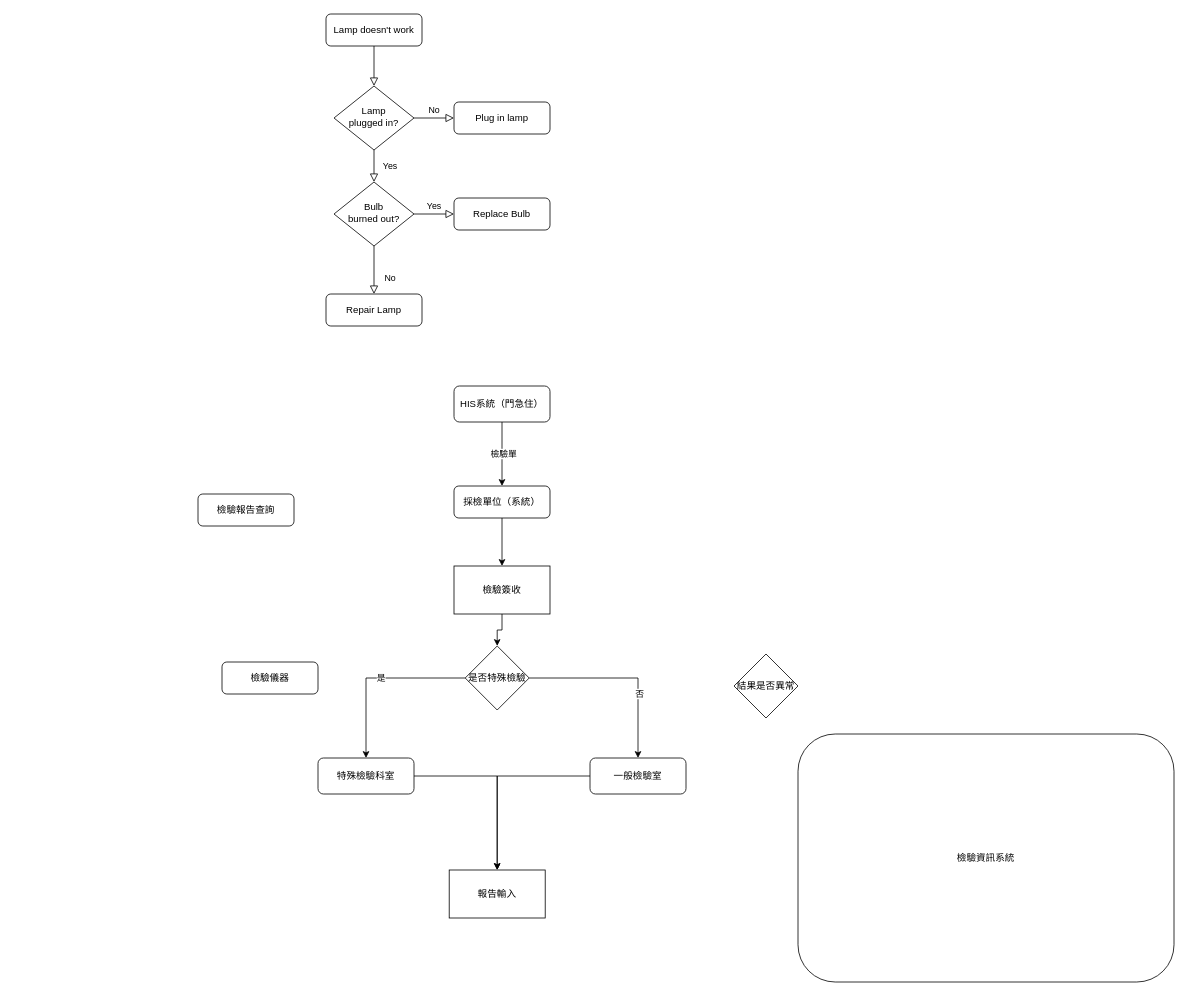
Before: 未命名绘图.drawio in axl66696/examine-system-workflow, a draw.io diagram. Source tidied: cells renumbered, new cells numbered last; positions are measured from the earlier drawing's top-left corner, leaving out a move shared by most shapes. Both pictures are drawn from the tidied source at 80%, with x=0, y=0 at pixel (198, 14).
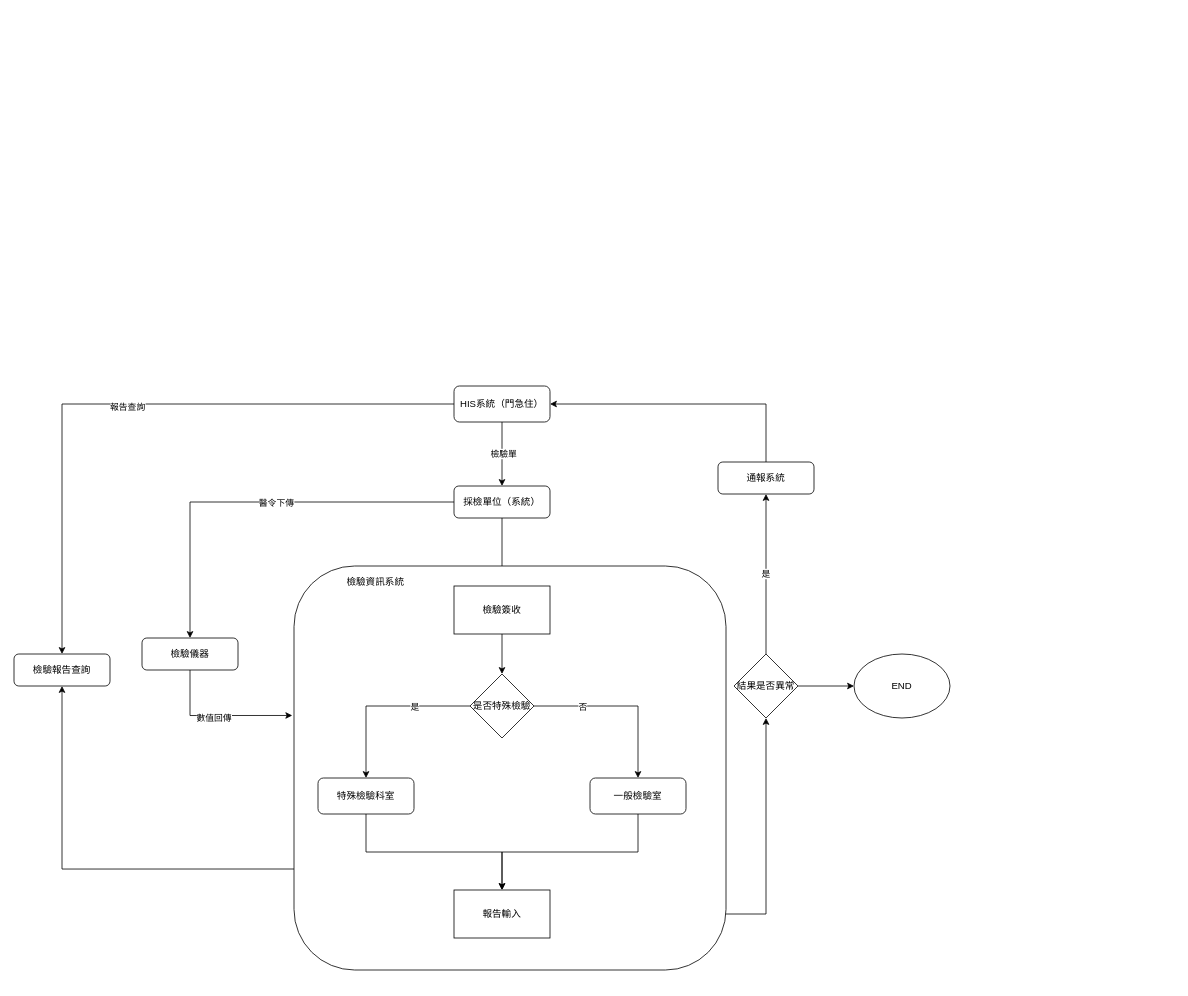
The same page after the edit.

Commit message:
更新未命名绘图.drawio

The change refers to these unchanged cells:
```xml
<mxCell id="15" value="HIS系統（門急住）" style="rounded=1;whiteSpace=wrap;html=1;fontSize=12;glass=0;strokeWidth=1;shadow=0;" parent="1" vertex="1">
  <mxGeometry x="320" y="465" width="120" height="45" as="geometry" />
</mxCell>
<mxCell id="17" value="採檢單位（系統）" style="rounded=1;whiteSpace=wrap;html=1;fontSize=12;glass=0;strokeWidth=1;shadow=0;" parent="1" vertex="1">
  <mxGeometry x="320" y="590" width="120" height="40" as="geometry" />
</mxCell>
```

Change to the diagram source:
```diff
@@
-    <mxCell id="2" style="rounded=0;html=1;jettySize=auto;fontSize=11;endArrow=block;endFill=0;endSize=8;strokeWidth=1;shadow=0;labelBackgroundColor=none;edgeStyle=orthogonalEdgeStyle;" parent="1" edge="1" source="3" target="6">
-      <mxGeometry relative="1" as="geometry" />
-    </mxCell>
-    <mxCell id="3" value="Lamp doesn't work" style="rounded=1;whiteSpace=wrap;html=1;fontSize=12;glass=0;strokeWidth=1;shadow=0;" parent="1" vertex="1">
-      <mxGeometry x="160" width="120" height="40" as="geometry" />
-    </mxCell>
-    <mxCell id="4" value="Yes" style="rounded=0;html=1;jettySize=auto;fontSize=11;endArrow=block;endFill=0;endSize=8;strokeWidth=1;shadow=0;labelBackgroundColor=none;edgeStyle=orthogonalEdgeStyle;" parent="1" edge="1" source="6" target="10">
-      <mxGeometry y="20" relative="1" as="geometry" />
-    </mxCell>
-    <mxCell id="5" value="No" style="edgeStyle=orthogonalEdgeStyle;rounded=0;html=1;jettySize=auto;fontSize=11;endArrow=block;endFill=0;endSize=8;strokeWidth=1;shadow=0;labelBackgroundColor=none;" parent="1" edge="1" source="6" target="7">
-      <mxGeometry y="10" relative="1" as="geometry" />
-    </mxCell>
-    <mxCell id="6" value="Lamp&lt;br&gt;plugged in?" style="rhombus;whiteSpace=wrap;html=1;shadow=0;fontFamily=Helvetica;fontSize=12;align=center;strokeWidth=1;spacing=6;spacingTop=-4;" parent="1" vertex="1">
-      <mxGeometry x="170" y="90" width="100" height="80" as="geometry" />
-    </mxCell>
-    <mxCell id="7" value="Plug in lamp" style="rounded=1;whiteSpace=wrap;html=1;fontSize=12;glass=0;strokeWidth=1;shadow=0;" parent="1" vertex="1">
-      <mxGeometry x="320" y="110" width="120" height="40" as="geometry" />
-    </mxCell>
-    <mxCell id="8" value="No" style="rounded=0;html=1;jettySize=auto;fontSize=11;endArrow=block;endFill=0;endSize=8;strokeWidth=1;shadow=0;labelBackgroundColor=none;edgeStyle=orthogonalEdgeStyle;" parent="1" edge="1" source="10" target="11">
-      <mxGeometry x="0.33" y="20" relative="1" as="geometry" />
-    </mxCell>
-    <mxCell id="9" value="Yes" style="edgeStyle=orthogonalEdgeStyle;rounded=0;html=1;jettySize=auto;fontSize=11;endArrow=block;endFill=0;endSize=8;strokeWidth=1;shadow=0;labelBackgroundColor=none;" parent="1" edge="1" source="10" target="12">
-      <mxGeometry y="10" relative="1" as="geometry" />
-    </mxCell>
-    <mxCell id="10" value="Bulb&lt;br&gt;burned out?" style="rhombus;whiteSpace=wrap;html=1;shadow=0;fontFamily=Helvetica;fontSize=12;align=center;strokeWidth=1;spacing=6;spacingTop=-4;" parent="1" vertex="1">
-      <mxGeometry x="170" y="210" width="100" height="80" as="geometry" />
-    </mxCell>
-    <mxCell id="11" value="Repair Lamp" style="rounded=1;whiteSpace=wrap;html=1;fontSize=12;glass=0;strokeWidth=1;shadow=0;" parent="1" vertex="1">
-      <mxGeometry x="160" y="350" width="120" height="40" as="geometry" />
-    </mxCell>
-    <mxCell id="12" value="Replace Bulb" style="rounded=1;whiteSpace=wrap;html=1;fontSize=12;glass=0;strokeWidth=1;shadow=0;" parent="1" vertex="1">
-      <mxGeometry x="320" y="230" width="120" height="40" as="geometry" />
-    </mxCell>
+    <mxCell id="34" style="edgeStyle=orthogonalEdgeStyle;rounded=0;jettySize=auto;html=1;entryX=0.5;entryY=1;entryDx=0;entryDy=0;exitX=0;exitY=0.75;exitDx=0;exitDy=0;" parent="1" edge="1" source="18" target="24">
+      <mxGeometry relative="1" as="geometry" />
+    </mxCell>
@@
+    <mxCell id="35" style="edgeStyle=orthogonalEdgeStyle;rounded=0;jettySize=auto;html=1;" parent="1" edge="1" source="15" target="24">
+      <mxGeometry relative="1" as="geometry" />
+    </mxCell>
+    <mxCell id="36" value="報告查詢" style="edgeLabel;html=1;align=center;verticalAlign=middle;" parent="35" vertex="1">
+      <mxGeometry x="0.02" y="3" relative="1" as="geometry" />
+    </mxCell>
@@
+    <mxCell id="37" style="edgeStyle=orthogonalEdgeStyle;rounded=0;jettySize=auto;html=1;exitX=0;exitY=0.5;exitDx=0;exitDy=0;entryX=0.5;entryY=0;entryDx=0;entryDy=0;" parent="1" edge="1" source="17" target="19">
+      <mxGeometry relative="1" as="geometry" />
+    </mxCell>
+    <mxCell id="38" value="醫令下傳" style="edgeLabel;html=1;align=center;verticalAlign=middle;" parent="37" vertex="1">
+      <mxGeometry x="-0.11" y="1" relative="1" as="geometry" />
+    </mxCell>
@@
+    <mxCell id="39" style="edgeStyle=orthogonalEdgeStyle;rounded=0;jettySize=auto;html=1;entryX=-0.004;entryY=0.37;entryDx=0;entryDy=0;entryPerimeter=0;exitX=0.5;exitY=1;exitDx=0;exitDy=0;" parent="1" edge="1" source="19" target="18">
+      <mxGeometry relative="1" as="geometry" />
+    </mxCell>
+    <mxCell id="40" value="數值回傳" style="edgeLabel;html=1;align=center;verticalAlign=middle;" parent="39" vertex="1">
+      <mxGeometry x="-0.07" y="-3" relative="1" as="geometry" />
+    </mxCell>
+    <mxCell id="19" value="檢驗儀器" style="rounded=1;whiteSpace=wrap;html=1;fontSize=12;glass=0;strokeWidth=1;shadow=0;" parent="1" vertex="1">
+      <mxGeometry x="-70" y="780" width="120" height="40" as="geometry" />
+    </mxCell>
+    <mxCell id="41" style="edgeStyle=orthogonalEdgeStyle;rounded=0;jettySize=auto;html=1;entryX=0.5;entryY=1;entryDx=0;entryDy=0;" parent="1" edge="1" source="22" target="23">
+      <mxGeometry relative="1" as="geometry" />
+    </mxCell>
+    <mxCell id="42" value="是" style="edgeStyle=orthogonalEdgeStyle;rounded=0;jettySize=auto;html=1;exitX=0.5;exitY=0;exitDx=0;exitDy=0;entryX=0.5;entryY=1;entryDx=0;entryDy=0;" parent="1" edge="1" source="23" target="45">
+      <mxGeometry relative="1" as="geometry" />
+    </mxCell>
+    <mxCell id="43" style="edgeStyle=orthogonalEdgeStyle;rounded=0;jettySize=auto;html=1;entryX=0;entryY=0.5;entryDx=0;entryDy=0;" parent="1" edge="1" source="23" target="46">
+      <mxGeometry relative="1" as="geometry" />
+    </mxCell>
+    <mxCell id="23" value="結果是否異常" style="rhombus;whiteSpace=wrap;html=1;" parent="1" vertex="1">
+      <mxGeometry x="670" y="800" width="80" height="80" as="geometry" />
+    </mxCell>
+    <mxCell id="24" value="檢驗報告查詢" style="rounded=1;whiteSpace=wrap;html=1;fontSize=12;glass=0;strokeWidth=1;shadow=0;" parent="1" vertex="1">
+      <mxGeometry x="-230" y="800" width="120" height="40" as="geometry" />
+    </mxCell>
+    <mxCell id="44" style="edgeStyle=orthogonalEdgeStyle;rounded=0;jettySize=auto;html=1;entryX=1;entryY=0.5;entryDx=0;entryDy=0;exitX=0.5;exitY=0;exitDx=0;exitDy=0;" parent="1" edge="1" source="45" target="15">
+      <mxGeometry relative="1" as="geometry" />
+    </mxCell>
+    <mxCell id="45" value="通報系統" style="rounded=1;whiteSpace=wrap;html=1;fontSize=12;glass=0;strokeWidth=1;shadow=0;" parent="1" vertex="1">
+      <mxGeometry x="650" y="560" width="120" height="40" as="geometry" />
+    </mxCell>
+    <mxCell id="46" value="END" style="ellipse;whiteSpace=wrap;html=1;" parent="1" vertex="1">
+      <mxGeometry x="820" y="800" width="120" height="80" as="geometry" />
+    </mxCell>
+    <mxCell id="47" style="group;" parent="1" vertex="1">
+      <mxGeometry x="120" y="690" width="540" height="505" as="geometry" />
+    </mxCell>
-    <mxCell id="18" value="檢驗資訊系統" style="rounded=1;whiteSpace=wrap;html=1;fontSize=12;glass=0;strokeWidth=1;shadow=0;" parent="1" vertex="1">
-      <mxGeometry x="750" y="900" width="470" height="310" as="geometry" />
+    <mxCell id="18" style="rounded=1;whiteSpace=wrap;html=1;fontSize=12;glass=0;strokeWidth=1;shadow=0;" parent="47" vertex="1">
+      <mxGeometry width="540" height="505" as="geometry" />
     </mxCell>
-    <mxCell id="19" value="檢驗儀器" style="rounded=1;whiteSpace=wrap;html=1;fontSize=12;glass=0;strokeWidth=1;shadow=0;" parent="1" vertex="1">
-      <mxGeometry x="30" y="810" width="120" height="40" as="geometry" />
-    </mxCell>
-    <mxCell id="20" style="edgeStyle=orthogonalEdgeStyle;rounded=0;jettySize=auto;html=1;" parent="1" edge="1" source="21" target="29">
+    <mxCell id="20" style="edgeStyle=orthogonalEdgeStyle;rounded=0;jettySize=auto;html=1;" parent="47" edge="1" source="21" target="29">
       <mxGeometry relative="1" as="geometry" />
     </mxCell>
-    <mxCell id="21" value="檢驗簽收" style="rounded=0;whiteSpace=wrap;html=1;" parent="1" vertex="1">
-      <mxGeometry x="320" y="690" width="120" height="60" as="geometry" />
+    <mxCell id="21" value="檢驗簽收" style="rounded=0;whiteSpace=wrap;html=1;" parent="47" vertex="1">
+      <mxGeometry x="200" y="25" width="120" height="60" as="geometry" />
     </mxCell>
-    <mxCell id="22" value="報告輸入" style="rounded=0;whiteSpace=wrap;html=1;" parent="1" vertex="1">
-      <mxGeometry x="314" y="1070" width="120" height="60" as="geometry" />
+    <mxCell id="22" value="報告輸入" style="rounded=0;whiteSpace=wrap;html=1;" parent="47" vertex="1">
+      <mxGeometry x="200" y="405" width="120" height="60" as="geometry" />
     </mxCell>
-    <mxCell id="23" value="結果是否異常" style="rhombus;whiteSpace=wrap;html=1;" parent="1" vertex="1">
-      <mxGeometry x="670" y="800" width="80" height="80" as="geometry" />
-    </mxCell>
-    <mxCell id="24" value="檢驗報告查詢" style="rounded=1;whiteSpace=wrap;html=1;fontSize=12;glass=0;strokeWidth=1;shadow=0;" parent="1" vertex="1">
-      <mxGeometry y="600" width="120" height="40" as="geometry" />
-    </mxCell>
-    <mxCell id="25" style="edgeStyle=orthogonalEdgeStyle;rounded=0;jettySize=auto;html=1;" parent="1" edge="1" source="29" target="33">
+    <mxCell id="25" style="edgeStyle=orthogonalEdgeStyle;rounded=0;jettySize=auto;html=1;" parent="47" edge="1" source="29" target="33">
       <mxGeometry relative="1" as="geometry" />
     </mxCell>
     <mxCell id="26" value="是" style="edgeLabel;html=1;align=center;verticalAlign=middle;" parent="25" vertex="1">
-      <mxGeometry x="-0.05" y="-1" relative="1" as="geometry" />
+      <mxGeometry x="-0.05" y="-1" relative="1" as="geometry">
+        <mxPoint x="35" y="1" as="offset" />
+      </mxGeometry>
     </mxCell>
-    <mxCell id="27" style="edgeStyle=orthogonalEdgeStyle;rounded=0;jettySize=auto;html=1;" parent="1" edge="1" source="29" target="31">
+    <mxCell id="27" style="edgeStyle=orthogonalEdgeStyle;rounded=0;jettySize=auto;html=1;" parent="47" edge="1" source="29" target="31">
       <mxGeometry relative="1" as="geometry" />
     </mxCell>
     <mxCell id="28" value="否" style="edgeLabel;html=1;align=center;verticalAlign=middle;" parent="27" vertex="1">
-      <mxGeometry x="0.31" y="1" relative="1" as="geometry" />
+      <mxGeometry x="0.31" y="1" relative="1" as="geometry">
+        <mxPoint x="-71" y="-14" as="offset" />
+      </mxGeometry>
     </mxCell>
-    <mxCell id="29" value="是否特殊檢驗" style="rhombus;whiteSpace=wrap;html=1;" parent="1" vertex="1">
-      <mxGeometry x="334" y="790" width="80" height="80" as="geometry" />
+    <mxCell id="29" value="是否特殊檢驗" style="rhombus;whiteSpace=wrap;html=1;" parent="47" vertex="1">
+      <mxGeometry x="220" y="135" width="80" height="80" as="geometry" />
     </mxCell>
-    <mxCell id="30" style="edgeStyle=orthogonalEdgeStyle;rounded=0;jettySize=auto;html=1;entryX=0.5;entryY=0;entryDx=0;entryDy=0;" parent="1" edge="1" source="31" target="22">
+    <mxCell id="30" style="edgeStyle=orthogonalEdgeStyle;rounded=0;jettySize=auto;html=1;entryX=0.5;entryY=0;entryDx=0;entryDy=0;exitX=0.5;exitY=1;exitDx=0;exitDy=0;" parent="47" edge="1" source="31" target="22">
       <mxGeometry relative="1" as="geometry" />
     </mxCell>
-    <mxCell id="31" value="一般檢驗室" style="rounded=1;whiteSpace=wrap;html=1;fontSize=12;glass=0;strokeWidth=1;shadow=0;" parent="1" vertex="1">
-      <mxGeometry x="490" y="930" width="120" height="45" as="geometry" />
+    <mxCell id="31" value="一般檢驗室" style="rounded=1;whiteSpace=wrap;html=1;fontSize=12;glass=0;strokeWidth=1;shadow=0;" parent="47" vertex="1">
+      <mxGeometry x="370" y="265" width="120" height="45" as="geometry" />
     </mxCell>
-    <mxCell id="32" style="edgeStyle=orthogonalEdgeStyle;rounded=0;jettySize=auto;html=1;" parent="1" edge="1" source="33" target="22">
+    <mxCell id="32" style="edgeStyle=orthogonalEdgeStyle;rounded=0;jettySize=auto;html=1;exitX=0.5;exitY=1;exitDx=0;exitDy=0;" parent="47" edge="1" source="33" target="22">
       <mxGeometry relative="1" as="geometry" />
     </mxCell>
-    <mxCell id="33" value="特殊檢驗科室" style="rounded=1;whiteSpace=wrap;html=1;fontSize=12;glass=0;strokeWidth=1;shadow=0;" parent="1" vertex="1">
-      <mxGeometry x="150" y="930" width="120" height="45" as="geometry" />
+    <mxCell id="33" value="特殊檢驗科室" style="rounded=1;whiteSpace=wrap;html=1;fontSize=12;glass=0;strokeWidth=1;shadow=0;" parent="47" vertex="1">
+      <mxGeometry x="30" y="265" width="120" height="45" as="geometry" />
     </mxCell>
+    <mxCell id="48" value="檢驗資訊系統" style="text;strokeColor=none;fillColor=none;align=left;verticalAlign=middle;spacingLeft=4;spacingRight=4;overflow=hidden;whiteSpace=wrap;html=1;" parent="47" vertex="1">
+      <mxGeometry x="60" y="5" width="90" height="30" as="geometry" />
+    </mxCell>
```
